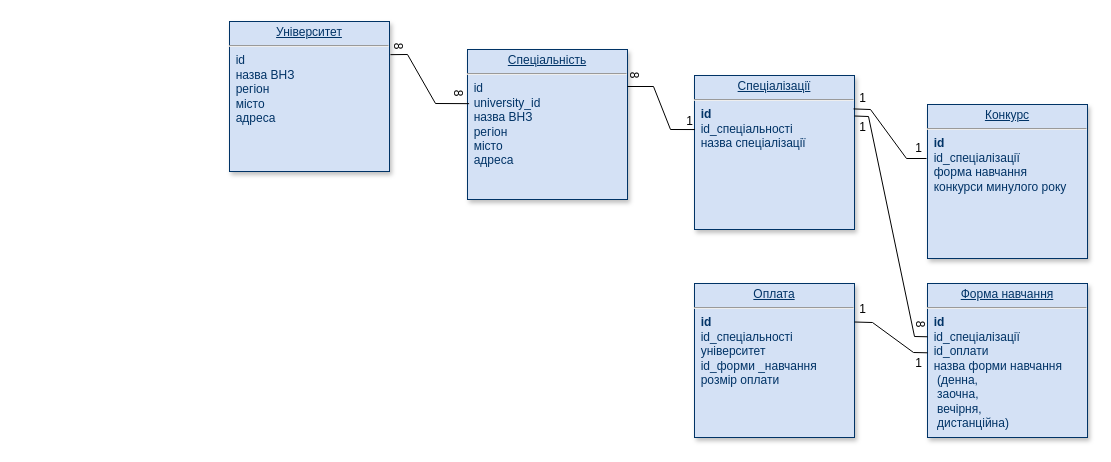
Earlier version of the draw.io diagram Диаграмма без названия.drawio (VadimKeranov/drawio). Source tidied: cells renumbered, new cells numbered last; positions are measured from the earlier drawing's top-left corner, leaving out a move shared by most shapes. Both pictures are drawn from the tidied source at 100%, with x=0, y=0 at pixel (229, 21).
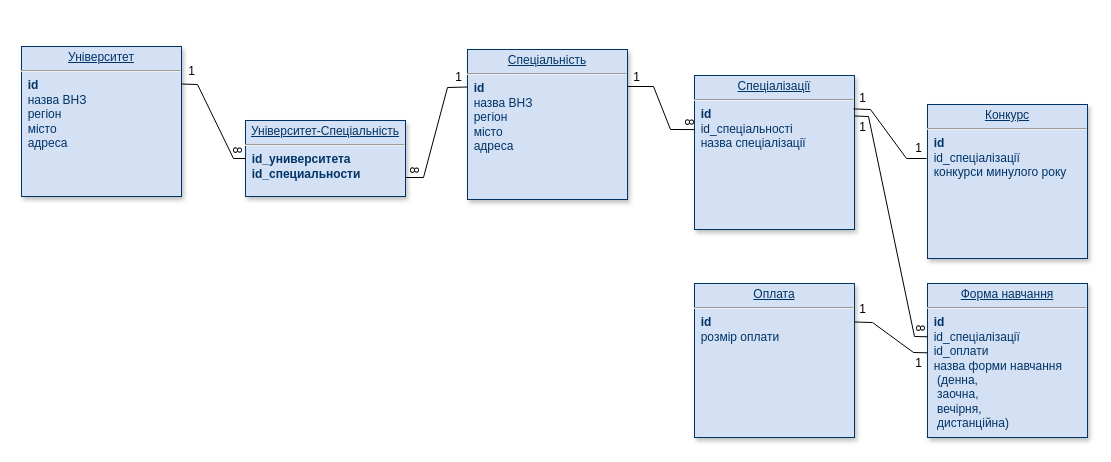
Above is the later version.

Diff of the diagram source:
```diff
@@
-    <mxCell id="2" value="&lt;p style=&quot;margin: 0px; margin-top: 4px; text-align: center; text-decoration: underline;&quot;&gt;Університет&lt;/p&gt;&lt;hr&gt;&lt;span style=&quot;background-color: initial;&quot;&gt;&amp;nbsp;&amp;nbsp;&lt;/span&gt;id&lt;b&gt;&lt;br&gt;&lt;/b&gt;&lt;span style=&quot;background-color: initial;&quot;&gt;&amp;nbsp; назва ВНЗ&lt;/span&gt;&lt;br&gt;&lt;span style=&quot;background-color: initial;&quot;&gt;&amp;nbsp; регіон&lt;/span&gt;&lt;br&gt;&lt;span style=&quot;background-color: initial;&quot;&gt;&amp;nbsp; місто&lt;/span&gt;&lt;br&gt;&lt;div style=&quot;&quot;&gt;&lt;span style=&quot;background-color: initial;&quot;&gt;&amp;nbsp; адреса&lt;br&gt;&lt;/span&gt;&lt;/div&gt;" style="verticalAlign=top;align=left;overflow=fill;fontSize=12;fontFamily=Helvetica;html=1;strokeColor=#003366;shadow=1;fillColor=#D4E1F5;fontColor=#003366;" parent="1" vertex="1">
-      <mxGeometry width="160" height="150" as="geometry" />
+    <mxCell id="2" value="&lt;p style=&quot;margin: 0px; margin-top: 4px; text-align: center; text-decoration: underline;&quot;&gt;Університет&lt;/p&gt;&lt;hr&gt;&lt;span style=&quot;background-color: initial;&quot;&gt;&amp;nbsp;&amp;nbsp;&lt;/span&gt;&lt;b&gt;id&lt;br&gt;&lt;/b&gt;&lt;span style=&quot;background-color: initial;&quot;&gt;&amp;nbsp; назва ВНЗ&lt;/span&gt;&lt;br&gt;&lt;span style=&quot;background-color: initial;&quot;&gt;&amp;nbsp; регіон&lt;/span&gt;&lt;br&gt;&lt;span style=&quot;background-color: initial;&quot;&gt;&amp;nbsp; місто&lt;/span&gt;&lt;br&gt;&lt;div style=&quot;&quot;&gt;&lt;span style=&quot;background-color: initial;&quot;&gt;&amp;nbsp; адреса&lt;br&gt;&lt;/span&gt;&lt;/div&gt;" style="verticalAlign=top;align=left;overflow=fill;fontSize=12;fontFamily=Helvetica;html=1;strokeColor=#003366;shadow=1;fillColor=#D4E1F5;fontColor=#003366;" parent="1" vertex="1">
+      <mxGeometry x="-208" y="25" width="160" height="150" as="geometry" />
     </mxCell>
-    <mxCell id="3" value="&lt;p style=&quot;margin: 0px; margin-top: 4px; text-align: center; text-decoration: underline;&quot;&gt;Конкурс&lt;/p&gt;&lt;hr&gt;&amp;nbsp; &lt;b&gt;id&lt;br&gt;&lt;/b&gt;&amp;nbsp; id_спеціалізації&lt;br&gt;&amp;nbsp;&amp;nbsp;форма навчання&lt;br&gt;&amp;nbsp;&amp;nbsp;конкурси минулого року" style="verticalAlign=top;align=left;overflow=fill;fontSize=12;fontFamily=Helvetica;html=1;strokeColor=#003366;shadow=1;fillColor=#D4E1F5;fontColor=#003366;" parent="1" vertex="1">
+    <mxCell id="3" value="&lt;p style=&quot;margin: 0px; margin-top: 4px; text-align: center; text-decoration: underline;&quot;&gt;Конкурс&lt;/p&gt;&lt;hr&gt;&amp;nbsp; &lt;b&gt;id&lt;br&gt;&lt;/b&gt;&amp;nbsp; id_спеціалізації&lt;br&gt;&amp;nbsp;&amp;nbsp;конкурси минулого року" style="verticalAlign=top;align=left;overflow=fill;fontSize=12;fontFamily=Helvetica;html=1;strokeColor=#003366;shadow=1;fillColor=#D4E1F5;fontColor=#003366;" parent="1" vertex="1">
       <mxGeometry x="698" y="83" width="160" height="154" as="geometry" />
     </mxCell>
@@
-    <mxCell id="5" value="&lt;p style=&quot;margin: 0px; margin-top: 4px; text-align: center; text-decoration: underline;&quot;&gt;&lt;/p&gt;&lt;div style=&quot;text-align: center;&quot;&gt;&lt;u&gt;Спеціальність&lt;/u&gt;&lt;/div&gt;&lt;hr&gt;&amp;nbsp; id&lt;br style=&quot;border-color: var(--border-color);&quot;&gt;&lt;span style=&quot;background-color: initial;&quot;&gt;&lt;b&gt;&amp;nbsp;&amp;nbsp;&lt;/b&gt;university_id&lt;/span&gt;&lt;b&gt;&lt;br&gt;&lt;/b&gt;&lt;span style=&quot;background-color: initial;&quot;&gt;&amp;nbsp; назва ВНЗ&lt;/span&gt;&lt;br&gt;&lt;span style=&quot;background-color: initial;&quot;&gt;&amp;nbsp; регіон&lt;/span&gt;&lt;br&gt;&lt;span style=&quot;background-color: initial;&quot;&gt;&amp;nbsp; місто&lt;/span&gt;&lt;br&gt;&lt;div style=&quot;&quot;&gt;&lt;span style=&quot;background-color: initial;&quot;&gt;&amp;nbsp; адреса&lt;br&gt;&lt;/span&gt;&lt;/div&gt;" style="verticalAlign=top;align=left;overflow=fill;fontSize=12;fontFamily=Helvetica;html=1;strokeColor=#003366;shadow=1;fillColor=#D4E1F5;fontColor=#003366;" parent="1" vertex="1">
+    <mxCell id="5" value="&lt;p style=&quot;margin: 0px; margin-top: 4px; text-align: center; text-decoration: underline;&quot;&gt;&lt;/p&gt;&lt;div style=&quot;text-align: center;&quot;&gt;&lt;u&gt;Спеціальність&lt;/u&gt;&lt;/div&gt;&lt;hr&gt;&amp;nbsp; &lt;b&gt;id&lt;/b&gt;&lt;br style=&quot;border-color: var(--border-color);&quot;&gt;&lt;span style=&quot;background-color: initial;&quot;&gt;&amp;nbsp; назва ВНЗ&lt;/span&gt;&lt;br&gt;&lt;span style=&quot;background-color: initial;&quot;&gt;&amp;nbsp; регіон&lt;/span&gt;&lt;br&gt;&lt;span style=&quot;background-color: initial;&quot;&gt;&amp;nbsp; місто&lt;/span&gt;&lt;br&gt;&lt;div style=&quot;&quot;&gt;&lt;span style=&quot;background-color: initial;&quot;&gt;&amp;nbsp; адреса&lt;br&gt;&lt;/span&gt;&lt;/div&gt;" style="verticalAlign=top;align=left;overflow=fill;fontSize=12;fontFamily=Helvetica;html=1;strokeColor=#003366;shadow=1;fillColor=#D4E1F5;fontColor=#003366;" parent="1" vertex="1">
       <mxGeometry x="238" y="28" width="160" height="150" as="geometry" />
     </mxCell>
-    <mxCell id="6" value="&lt;p style=&quot;margin: 0px; margin-top: 4px; text-align: center; text-decoration: underline;&quot;&gt;Оплата&lt;/p&gt;&lt;hr&gt;&amp;nbsp;&lt;b&gt;&amp;nbsp;id&lt;/b&gt;&lt;br&gt;&amp;nbsp; id_спеціальності&lt;br&gt;&amp;nbsp; університет&lt;br&gt;&amp;nbsp; id_форми _навчання&lt;br&gt;&amp;nbsp;&amp;nbsp;розмір оплати" style="verticalAlign=top;align=left;overflow=fill;fontSize=12;fontFamily=Helvetica;html=1;strokeColor=#003366;shadow=1;fillColor=#D4E1F5;fontColor=#003366;" parent="1" vertex="1">
+    <mxCell id="6" value="&lt;p style=&quot;margin: 0px; margin-top: 4px; text-align: center; text-decoration: underline;&quot;&gt;Оплата&lt;/p&gt;&lt;hr&gt;&amp;nbsp;&lt;b&gt;&amp;nbsp;id&lt;/b&gt;&lt;br&gt;&amp;nbsp; розмір оплати" style="verticalAlign=top;align=left;overflow=fill;fontSize=12;fontFamily=Helvetica;html=1;strokeColor=#003366;shadow=1;fillColor=#D4E1F5;fontColor=#003366;" parent="1" vertex="1">
       <mxGeometry x="465" y="262" width="160" height="154" as="geometry" />
     </mxCell>
@@
-    <mxCell id="8" style="endArrow=none;html=1;rounded=0;entryX=0.01;entryY=0.361;entryDx=0;entryDy=0;entryPerimeter=0;exitX=1.006;exitY=0.221;exitDx=0;exitDy=0;exitPerimeter=0;" parent="1" edge="1" source="2" target="5">
-      <mxGeometry relative="1" as="geometry">
-        <Array as="points">
-          <mxPoint x="178" y="33" />
-          <mxPoint x="206" y="82" />
-        </Array>
-      </mxGeometry>
-    </mxCell>
@@
-    <mxCell id="12" value="8" style="text;html=1;align=center;verticalAlign=middle;strokeColor=none;fillColor=none;rotation=90;" parent="1" vertex="1">
-      <mxGeometry x="156" y="11" width="25" height="26" as="geometry" />
-    </mxCell>
-    <mxCell id="13" value="8" style="text;html=1;align=center;verticalAlign=middle;strokeColor=none;fillColor=none;rotation=90;" parent="1" vertex="1">
-      <mxGeometry x="216" y="58" width="25" height="26" as="geometry" />
-    </mxCell>
@@
-    <mxCell id="15" value="8" style="text;html=1;align=center;verticalAlign=middle;strokeColor=none;fillColor=none;rotation=90;" parent="1" vertex="1">
-      <mxGeometry x="392" y="40" width="25" height="26" as="geometry" />
-    </mxCell>
-    <mxCell id="16" value="1" style="text;html=1;align=center;verticalAlign=middle;strokeColor=none;fillColor=none;" parent="1" vertex="1">
+    <mxCell id="16" value="8" style="text;html=1;align=center;verticalAlign=middle;strokeColor=none;fillColor=none;rotation=90;" parent="1" vertex="1">
       <mxGeometry x="447" y="87" width="25" height="26" as="geometry" />
     </mxCell>
@@
     <mxCell id="19" value="8" style="text;html=1;align=center;verticalAlign=middle;strokeColor=none;fillColor=none;rotation=90;" parent="1" vertex="1">
-      <mxGeometry x="678" y="289" width="25" height="26" as="geometry" />
+      <mxGeometry x="678" y="293" width="25" height="26" as="geometry" />
     </mxCell>
@@
+    <mxCell id="23" value="&lt;p style=&quot;margin: 0px; margin-top: 4px; text-align: center; text-decoration: underline;&quot;&gt;Університет-Спеціальність&lt;/p&gt;&lt;hr&gt;&lt;b&gt;&amp;nbsp; id_университета&lt;br&gt;&amp;nbsp; id_специальности&amp;nbsp;&lt;br&gt;&amp;nbsp;&amp;nbsp;&lt;br&gt;&lt;/b&gt;" style="verticalAlign=top;align=left;overflow=fill;fontSize=12;fontFamily=Helvetica;html=1;strokeColor=#003366;shadow=1;fillColor=#D4E1F5;fontColor=#003366;" parent="1" vertex="1">
+      <mxGeometry x="16" y="99" width="160" height="76" as="geometry" />
+    </mxCell>
+    <mxCell id="24" style="endArrow=none;html=1;rounded=0;entryX=1;entryY=0.25;entryDx=0;entryDy=0;exitX=0;exitY=0.5;exitDx=0;exitDy=0;" parent="1" edge="1" source="23" target="2">
+      <mxGeometry relative="1" as="geometry">
+        <Array as="points">
+          <mxPoint x="4" y="137" />
+          <mxPoint x="-32" y="63" />
+        </Array>
+      </mxGeometry>
+    </mxCell>
+    <mxCell id="25" style="endArrow=none;html=1;rounded=0;entryX=0;entryY=0.25;entryDx=0;entryDy=0;exitX=1;exitY=0.75;exitDx=0;exitDy=0;" parent="1" edge="1" source="23" target="5">
+      <mxGeometry relative="1" as="geometry">
+        <Array as="points">
+          <mxPoint x="194" y="156" />
+          <mxPoint x="218" y="66" />
+        </Array>
+      </mxGeometry>
+    </mxCell>
+    <mxCell id="26" value="1" style="text;html=1;align=center;verticalAlign=middle;strokeColor=none;fillColor=none;" parent="1" vertex="1">
+      <mxGeometry x="-51" y="37" width="25" height="26" as="geometry" />
+    </mxCell>
+    <mxCell id="27" value="8" style="text;html=1;align=center;verticalAlign=middle;strokeColor=none;fillColor=none;rotation=90;" parent="1" vertex="1">
+      <mxGeometry x="-5" y="115" width="25" height="26" as="geometry" />
+    </mxCell>
+    <mxCell id="28" value="8" style="text;html=1;align=center;verticalAlign=middle;strokeColor=none;fillColor=none;rotation=90;" parent="1" vertex="1">
+      <mxGeometry x="172" y="135" width="25" height="26" as="geometry" />
+    </mxCell>
+    <mxCell id="29" value="1" style="text;html=1;align=center;verticalAlign=middle;strokeColor=none;fillColor=none;" parent="1" vertex="1">
+      <mxGeometry x="216" y="43" width="25" height="26" as="geometry" />
+    </mxCell>
+    <mxCell id="30" value="1" style="text;html=1;align=center;verticalAlign=middle;strokeColor=none;fillColor=none;" parent="1" vertex="1">
+      <mxGeometry x="394" y="43" width="25" height="26" as="geometry" />
+    </mxCell>
```
